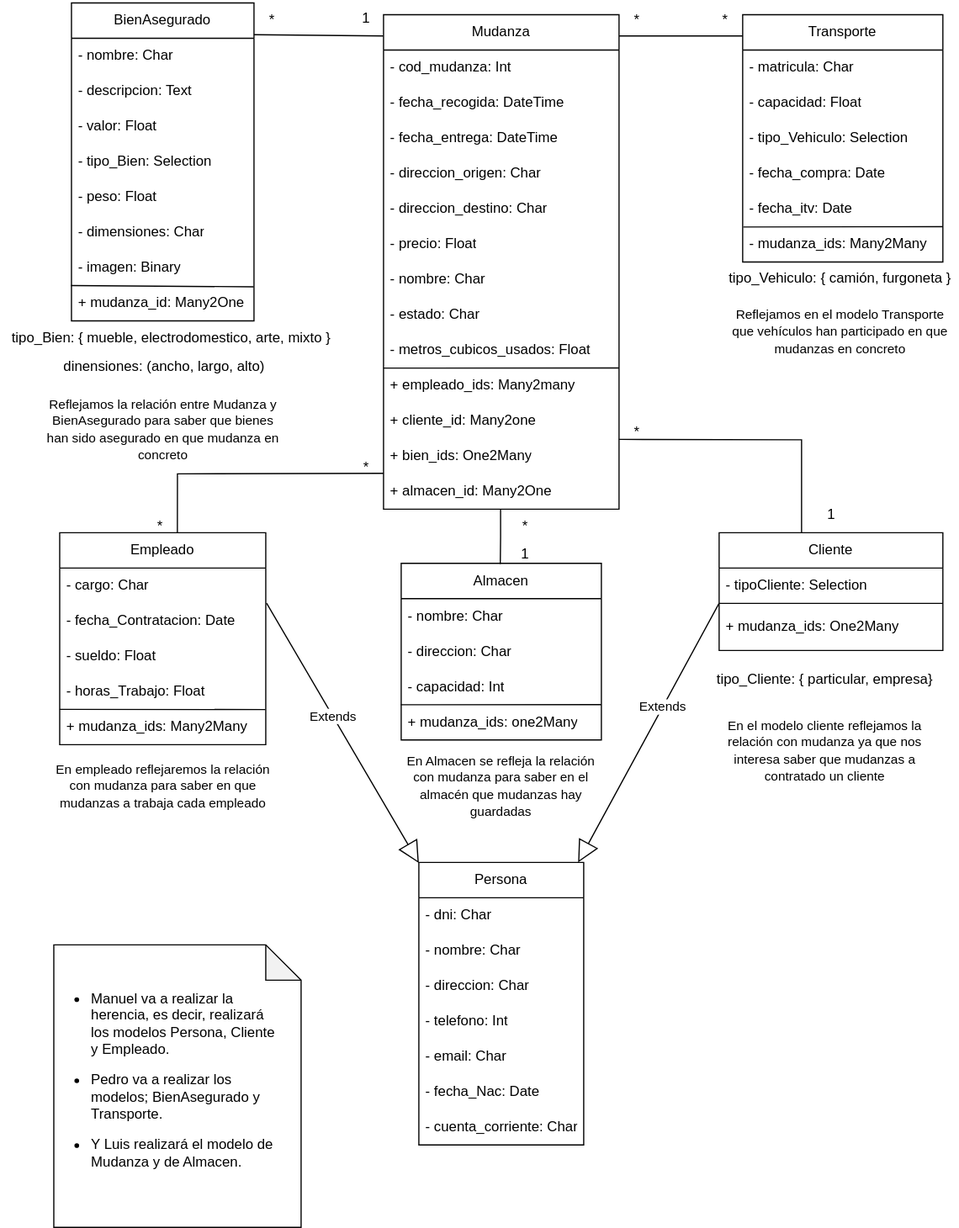
Before: DIAGRAMA/DiagramaDeClasesQUINTOCARGO.svg, a diagram exported from draw.io (ManoloDisaronnor/QUINTOCARGO). Source tidied: cells renumbered, new cells last; positions are measured from the earlier drawing's top-left corner, leaving out a move shared by most shapes.
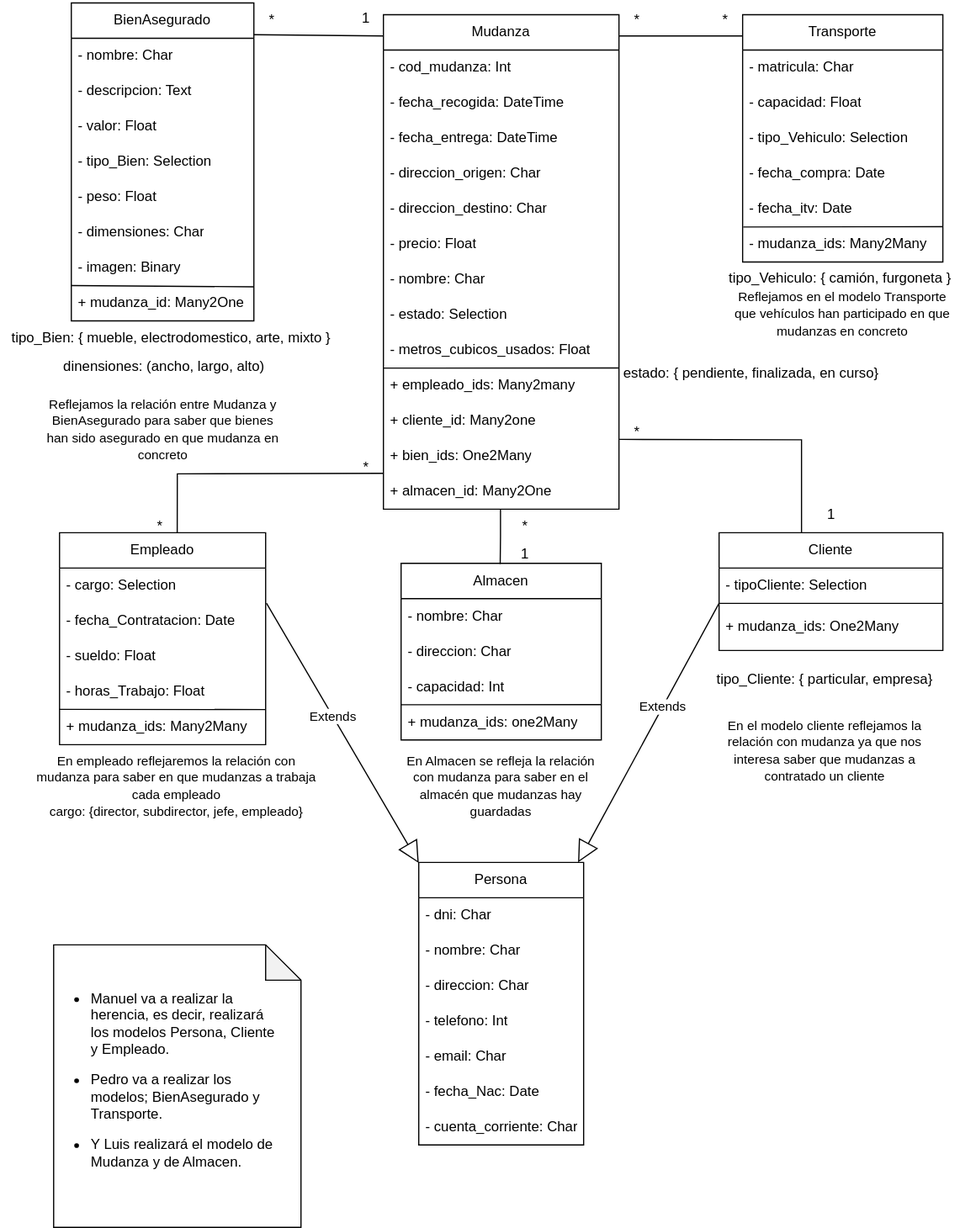
After the change.

What changed in the source:
```diff
@@ -26,7 +26,7 @@
     <mxCell id="9" value="- nombre: Char" style="text;strokeColor=none;fillColor=none;align=left;verticalAlign=middle;spacingLeft=4;spacingRight=4;overflow=hidden;whiteSpace=wrap;html=1;" parent="2" vertex="1">
       <mxGeometry y="210" width="200" height="30" as="geometry" />
     </mxCell>
-    <mxCell id="10" value="- estado: Char" style="text;strokeColor=none;fillColor=none;align=left;verticalAlign=middle;spacingLeft=4;spacingRight=4;overflow=hidden;whiteSpace=wrap;html=1;" parent="2" vertex="1">
+    <mxCell id="10" value="- estado: Selection" style="text;strokeColor=none;fillColor=none;align=left;verticalAlign=middle;spacingLeft=4;spacingRight=4;overflow=hidden;whiteSpace=wrap;html=1;" parent="2" vertex="1">
       <mxGeometry y="240" width="200" height="30" as="geometry" />
     </mxCell>
     <mxCell id="11" value="- metros_cubicos_usados: Float" style="text;strokeColor=none;fillColor=none;align=left;verticalAlign=middle;spacingLeft=4;spacingRight=4;overflow=hidden;whiteSpace=wrap;html=1;" parent="2" vertex="1">
@@ -183,7 +183,7 @@
     <mxCell id="58" value="Empleado" style="swimlane;fontStyle=0;horizontal=1;startSize=30;whiteSpace=wrap;html=1;" parent="1" vertex="1">
       <mxGeometry x="50" y="452" width="175" height="180" as="geometry" />
     </mxCell>
-    <mxCell id="59" value="- cargo: Char" style="text;strokeColor=none;fillColor=none;align=left;verticalAlign=middle;spacingLeft=4;spacingRight=4;overflow=hidden;whiteSpace=wrap;html=1;" parent="58" vertex="1">
+    <mxCell id="59" value="- cargo: Selection" style="text;strokeColor=none;fillColor=none;align=left;verticalAlign=middle;spacingLeft=4;spacingRight=4;overflow=hidden;whiteSpace=wrap;html=1;" parent="58" vertex="1">
       <mxGeometry y="30" width="175" height="30" as="geometry" />
     </mxCell>
     <mxCell id="60" value="- fecha_Contratacion: Date" style="text;strokeColor=none;fillColor=none;align=left;verticalAlign=middle;spacingLeft=4;spacingRight=4;overflow=hidden;points=[[0,0.5],[1,0.5]];portConstraint=eastwest;whiteSpace=wrap;html=1;" parent="58" vertex="1">
@@ -260,7 +260,7 @@
       </mxGeometry>
     </mxCell>
     <mxCell id="81" value="&lt;font style=&quot;font-size: 11px;&quot;&gt;Reflejamos en el modelo Transporte que vehículos han participado en que mudanzas en concreto&lt;/font&gt;" style="text;html=1;align=center;verticalAlign=middle;whiteSpace=wrap;rounded=0;" parent="1" vertex="1">
-      <mxGeometry x="613" y="266" width="200" height="30" as="geometry" />
+      <mxGeometry x="615" y="251" width="200" height="30" as="geometry" />
     </mxCell>
     <mxCell id="82" value="&lt;font style=&quot;font-size: 11px;&quot;&gt;Reflejamos la relación entre Mudanza y BienAsegurado para saber que bienes han sido asegurado en que mudanza en concreto&lt;/font&gt;" style="text;html=1;align=center;verticalAlign=middle;whiteSpace=wrap;rounded=0;" parent="1" vertex="1">
       <mxGeometry x="37.5" y="349" width="200" height="30" as="geometry" />
@@ -268,8 +268,8 @@
     <mxCell id="83" value="&lt;font style=&quot;font-size: 11px;&quot;&gt;En el modelo cliente reflejamos la relación con mudanza ya que nos interesa saber que mudanzas a contratado un cliente&lt;/font&gt;" style="text;html=1;align=center;verticalAlign=middle;whiteSpace=wrap;rounded=0;" parent="1" vertex="1">
       <mxGeometry x="600" y="622" width="200" height="30" as="geometry" />
     </mxCell>
-    <mxCell id="84" value="&lt;span style=&quot;font-size: 11px;&quot;&gt;En empleado reflejaremos la relación con mudanza para saber en que mudanzas a trabaja cada empleado&lt;/span&gt;" style="text;html=1;align=center;verticalAlign=middle;whiteSpace=wrap;rounded=0;" parent="1" vertex="1">
-      <mxGeometry x="37.5" y="652" width="200" height="30" as="geometry" />
+    <mxCell id="84" value="&lt;span style=&quot;font-size: 11px;&quot;&gt;En empleado reflejaremos la relación con mudanza para saber en que mudanzas a trabaja cada empleado&lt;/span&gt;&lt;div&gt;&lt;span style=&quot;font-size: 11px;&quot;&gt;cargo: {director, subdirector, jefe, empleado}&lt;/span&gt;&lt;/div&gt;" style="text;html=1;align=center;verticalAlign=middle;whiteSpace=wrap;rounded=0;" parent="1" vertex="1">
+      <mxGeometry x="24.4" y="652" width="251.2" height="30" as="geometry" />
     </mxCell>
     <mxCell id="85" value="&lt;font style=&quot;font-size: 11px;&quot;&gt;En Almacen se refleja la relación con mudanza para saber en el almacén que mudanzas hay guardadas&lt;/font&gt;" style="text;html=1;align=center;verticalAlign=middle;whiteSpace=wrap;rounded=0;" parent="1" vertex="1">
       <mxGeometry x="340" y="652" width="170" height="30" as="geometry" />
@@ -280,5 +280,8 @@
     <mxCell id="87" value="&lt;div style=&quot;text-align: start;&quot;&gt;&lt;span style=&quot;background-color: initial; font-size: 0px;&quot;&gt;&lt;font face=&quot;monospace&quot; color=&quot;rgba(0, 0, 0, 0)&quot;&gt;&amp;nbsp;&lt;/font&gt;&lt;/span&gt;&lt;/div&gt;" style="shape=note;whiteSpace=wrap;html=1;backgroundOutline=1;darkOpacity=0.05;fillColor=none;" parent="1" vertex="1">
       <mxGeometry x="45" y="802" width="210" height="240" as="geometry" />
     </mxCell>
+    <mxCell id="88" value="estado: { pendiente, finalizada, en curso}" style="text;html=1;align=center;verticalAlign=middle;whiteSpace=wrap;rounded=0;" parent="1" vertex="1">
+      <mxGeometry x="525" y="302" width="225" height="30" as="geometry" />
+    </mxCell>
   </root>
 </mxGraphModel>
```
